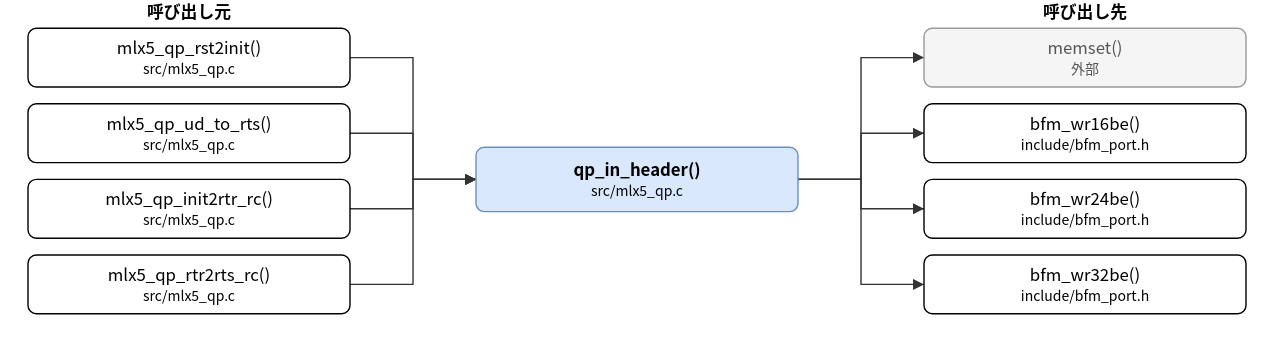
Above: doc/spec/images/call_src_mlx5_qp-qp_in_header.drawio.svg in hf355051012-ai/bfmem (draw.io), before the change. Source tidied: cells renumbered, new cells last; positions are measured from the earlier drawing's top-left corner, leaving out a move shared by most shapes.
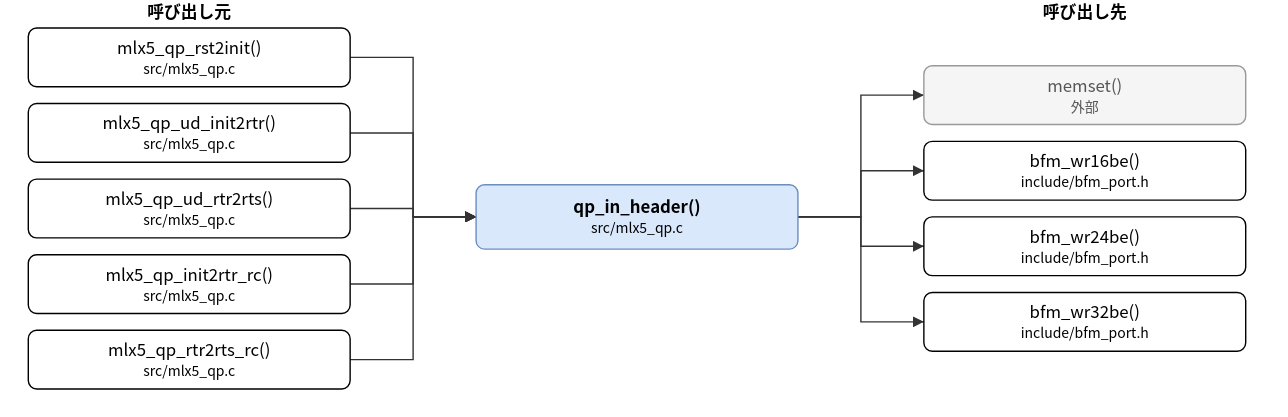
After the change.

What changed in the source:
```diff
@@ -3,37 +3,40 @@
     <mxCell id="0" />
     <mxCell id="1" parent="0" />
     <mxCell id="2" value="qp_in_header()&lt;br&gt;&lt;font style=&quot;font-size:10px&quot;&gt;src/mlx5_qp.c&lt;/font&gt;" style="rounded=1;whiteSpace=wrap;html=1;fillColor=#dae8fc;strokeColor=#6c8ebf;fontStyle=1;" parent="1" vertex="1">
-      <mxGeometry x="320" y="105" width="230" height="46" as="geometry" />
+      <mxGeometry x="320" y="132" width="230" height="46" as="geometry" />
     </mxCell>
     <mxCell id="3" value="mlx5_qp_rst2init()&lt;br&gt;&lt;font style=&quot;font-size:10px&quot;&gt;src/mlx5_qp.c&lt;/font&gt;" style="rounded=1;whiteSpace=wrap;html=1;" parent="1" vertex="1">
       <mxGeometry y="20" width="230" height="42" as="geometry" />
     </mxCell>
-    <mxCell id="4" value="mlx5_qp_ud_to_rts()&lt;br&gt;&lt;font style=&quot;font-size:10px&quot;&gt;src/mlx5_qp.c&lt;/font&gt;" style="rounded=1;whiteSpace=wrap;html=1;" parent="1" vertex="1">
+    <mxCell id="4" value="mlx5_qp_ud_init2rtr()&lt;br&gt;&lt;font style=&quot;font-size:10px&quot;&gt;src/mlx5_qp.c&lt;/font&gt;" style="rounded=1;whiteSpace=wrap;html=1;" parent="1" vertex="1">
       <mxGeometry y="74" width="230" height="42" as="geometry" />
     </mxCell>
-    <mxCell id="5" value="mlx5_qp_init2rtr_rc()&lt;br&gt;&lt;font style=&quot;font-size:10px&quot;&gt;src/mlx5_qp.c&lt;/font&gt;" style="rounded=1;whiteSpace=wrap;html=1;" parent="1" vertex="1">
+    <mxCell id="5" value="mlx5_qp_ud_rtr2rts()&lt;br&gt;&lt;font style=&quot;font-size:10px&quot;&gt;src/mlx5_qp.c&lt;/font&gt;" style="rounded=1;whiteSpace=wrap;html=1;" parent="1" vertex="1">
       <mxGeometry y="128" width="230" height="42" as="geometry" />
     </mxCell>
-    <mxCell id="6" value="mlx5_qp_rtr2rts_rc()&lt;br&gt;&lt;font style=&quot;font-size:10px&quot;&gt;src/mlx5_qp.c&lt;/font&gt;" style="rounded=1;whiteSpace=wrap;html=1;" parent="1" vertex="1">
+    <mxCell id="6" value="mlx5_qp_init2rtr_rc()&lt;br&gt;&lt;font style=&quot;font-size:10px&quot;&gt;src/mlx5_qp.c&lt;/font&gt;" style="rounded=1;whiteSpace=wrap;html=1;" parent="1" vertex="1">
       <mxGeometry y="182" width="230" height="42" as="geometry" />
     </mxCell>
+    <mxCell id="21" value="mlx5_qp_rtr2rts_rc()&lt;br&gt;&lt;font style=&quot;font-size:10px&quot;&gt;src/mlx5_qp.c&lt;/font&gt;" style="rounded=1;whiteSpace=wrap;html=1;" parent="1" vertex="1">
+      <mxGeometry y="236" width="230" height="42" as="geometry" />
+    </mxCell>
     <mxCell id="7" value="memset()&lt;br&gt;&lt;font style=&quot;font-size:10px&quot;&gt;外部&lt;/font&gt;" style="rounded=1;whiteSpace=wrap;html=1;fillColor=#f5f5f5;strokeColor=#999999;fontColor=#555555;" parent="1" vertex="1">
-      <mxGeometry x="640" y="20" width="230" height="42" as="geometry" />
+      <mxGeometry x="640" y="47" width="230" height="42" as="geometry" />
     </mxCell>
     <mxCell id="8" value="bfm_wr16be()&lt;br&gt;&lt;font style=&quot;font-size:10px&quot;&gt;include/bfm_port.h&lt;/font&gt;" style="rounded=1;whiteSpace=wrap;html=1;" parent="1" vertex="1">
-      <mxGeometry x="640" y="74" width="230" height="42" as="geometry" />
+      <mxGeometry x="640" y="101" width="230" height="42" as="geometry" />
     </mxCell>
     <mxCell id="9" value="bfm_wr24be()&lt;br&gt;&lt;font style=&quot;font-size:10px&quot;&gt;include/bfm_port.h&lt;/font&gt;" style="rounded=1;whiteSpace=wrap;html=1;" parent="1" vertex="1">
-      <mxGeometry x="640" y="128" width="230" height="42" as="geometry" />
+      <mxGeometry x="640" y="155" width="230" height="42" as="geometry" />
     </mxCell>
     <mxCell id="10" value="bfm_wr32be()&lt;br&gt;&lt;font style=&quot;font-size:10px&quot;&gt;include/bfm_port.h&lt;/font&gt;" style="rounded=1;whiteSpace=wrap;html=1;" parent="1" vertex="1">
-      <mxGeometry x="640" y="182" width="230" height="42" as="geometry" />
+      <mxGeometry x="640" y="209" width="230" height="42" as="geometry" />
     </mxCell>
     <mxCell id="11" style="edgeStyle=none;html=1;rounded=0;endArrow=block;endFill=1;exitX=1.0000;exitY=0.5000;exitDx=0;exitDy=0;exitPerimeter=0;entryX=0.0000;entryY=0.5000;entryDx=0;entryDy=0;entryPerimeter=0;" parent="1" edge="1" source="3" target="2">
       <mxGeometry relative="1" as="geometry">
         <Array as="points">
           <mxPoint x="275" y="41" />
-          <mxPoint x="275" y="128" />
+          <mxPoint x="275" y="155" />
         </Array>
       </mxGeometry>
     </mxCell>
@@ -41,7 +44,7 @@
       <mxGeometry relative="1" as="geometry">
         <Array as="points">
           <mxPoint x="275" y="95" />
-          <mxPoint x="275" y="128" />
+          <mxPoint x="275" y="155" />
         </Array>
       </mxGeometry>
     </mxCell>
@@ -49,7 +52,7 @@
       <mxGeometry relative="1" as="geometry">
         <Array as="points">
           <mxPoint x="275" y="149" />
-          <mxPoint x="275" y="128" />
+          <mxPoint x="275" y="155" />
         </Array>
       </mxGeometry>
     </mxCell>
@@ -57,42 +60,50 @@
       <mxGeometry relative="1" as="geometry">
         <Array as="points">
           <mxPoint x="275" y="203" />
-          <mxPoint x="275" y="128" />
+          <mxPoint x="275" y="155" />
         </Array>
       </mxGeometry>
     </mxCell>
-    <mxCell id="15" style="edgeStyle=none;html=1;rounded=0;endArrow=block;endFill=1;exitX=1.0000;exitY=0.5000;exitDx=0;exitDy=0;exitPerimeter=0;entryX=0.0000;entryY=0.5000;entryDx=0;entryDy=0;entryPerimeter=0;" parent="1" edge="1" source="2" target="7">
+    <mxCell id="15" style="edgeStyle=none;html=1;rounded=0;endArrow=block;endFill=1;exitX=1.0000;exitY=0.5000;exitDx=0;exitDy=0;exitPerimeter=0;entryX=0.0000;entryY=0.5000;entryDx=0;entryDy=0;entryPerimeter=0;" parent="1" edge="1" source="21" target="2">
       <mxGeometry relative="1" as="geometry">
         <Array as="points">
-          <mxPoint x="595" y="128" />
-          <mxPoint x="595" y="41" />
+          <mxPoint x="275" y="257" />
+          <mxPoint x="275" y="155" />
         </Array>
       </mxGeometry>
     </mxCell>
-    <mxCell id="16" style="edgeStyle=none;html=1;rounded=0;endArrow=block;endFill=1;exitX=1.0000;exitY=0.5000;exitDx=0;exitDy=0;exitPerimeter=0;entryX=0.0000;entryY=0.5000;entryDx=0;entryDy=0;entryPerimeter=0;" parent="1" edge="1" source="2" target="8">
+    <mxCell id="16" style="edgeStyle=none;html=1;rounded=0;endArrow=block;endFill=1;exitX=1.0000;exitY=0.5000;exitDx=0;exitDy=0;exitPerimeter=0;entryX=0.0000;entryY=0.5000;entryDx=0;entryDy=0;entryPerimeter=0;" parent="1" edge="1" source="2" target="7">
       <mxGeometry relative="1" as="geometry">
         <Array as="points">
-          <mxPoint x="595" y="128" />
-          <mxPoint x="595" y="95" />
+          <mxPoint x="595" y="155" />
+          <mxPoint x="595" y="68" />
         </Array>
       </mxGeometry>
     </mxCell>
-    <mxCell id="17" style="edgeStyle=none;html=1;rounded=0;endArrow=block;endFill=1;exitX=1.0000;exitY=0.5000;exitDx=0;exitDy=0;exitPerimeter=0;entryX=0.0000;entryY=0.5000;entryDx=0;entryDy=0;entryPerimeter=0;" parent="1" edge="1" source="2" target="9">
+    <mxCell id="17" style="edgeStyle=none;html=1;rounded=0;endArrow=block;endFill=1;exitX=1.0000;exitY=0.5000;exitDx=0;exitDy=0;exitPerimeter=0;entryX=0.0000;entryY=0.5000;entryDx=0;entryDy=0;entryPerimeter=0;" parent="1" edge="1" source="2" target="8">
       <mxGeometry relative="1" as="geometry">
         <Array as="points">
-          <mxPoint x="595" y="128" />
-          <mxPoint x="595" y="149" />
+          <mxPoint x="595" y="155" />
+          <mxPoint x="595" y="122" />
         </Array>
       </mxGeometry>
     </mxCell>
-    <mxCell id="18" style="edgeStyle=none;html=1;rounded=0;endArrow=block;endFill=1;exitX=1.0000;exitY=0.5000;exitDx=0;exitDy=0;exitPerimeter=0;entryX=0.0000;entryY=0.5000;entryDx=0;entryDy=0;entryPerimeter=0;" parent="1" edge="1" source="2" target="10">
+    <mxCell id="18" style="edgeStyle=none;html=1;rounded=0;endArrow=block;endFill=1;exitX=1.0000;exitY=0.5000;exitDx=0;exitDy=0;exitPerimeter=0;entryX=0.0000;entryY=0.5000;entryDx=0;entryDy=0;entryPerimeter=0;" parent="1" edge="1" source="2" target="9">
       <mxGeometry relative="1" as="geometry">
         <Array as="points">
-          <mxPoint x="595" y="128" />
-          <mxPoint x="595" y="203" />
+          <mxPoint x="595" y="155" />
+          <mxPoint x="595" y="176" />
         </Array>
       </mxGeometry>
     </mxCell>
+    <mxCell id="22" style="edgeStyle=none;html=1;rounded=0;endArrow=block;endFill=1;exitX=1.0000;exitY=0.5000;exitDx=0;exitDy=0;exitPerimeter=0;entryX=0.0000;entryY=0.5000;entryDx=0;entryDy=0;entryPerimeter=0;" parent="1" edge="1" source="2" target="10">
+      <mxGeometry relative="1" as="geometry">
+        <Array as="points">
+          <mxPoint x="595" y="155" />
+          <mxPoint x="595" y="230" />
+        </Array>
+      </mxGeometry>
+    </mxCell>
     <mxCell id="19" value="呼び出し元" style="text;html=1;align=center;fontStyle=1;" parent="1" vertex="1">
       <mxGeometry x="35" width="160" height="18" as="geometry" />
     </mxCell>
```
